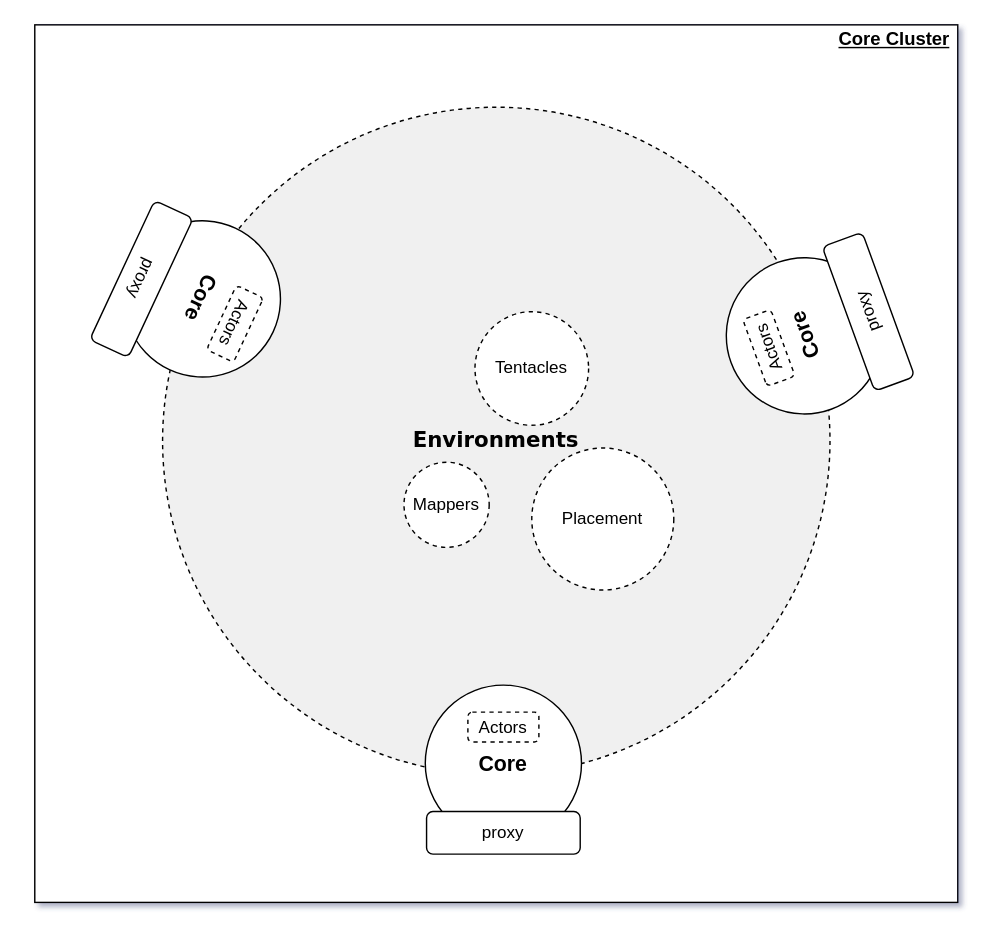
This is docs/drawio/core-architecture_.drawio from tkeel-io/core, a draw.io file, before an edit. Source tidied: cells renumbered, new cells numbered last; positions are measured from the earlier drawing's top-left corner, leaving out a move shared by most shapes. Both pictures are drawn from the tidied source at 142%, with x=0, y=0 at pixel (34, 24).
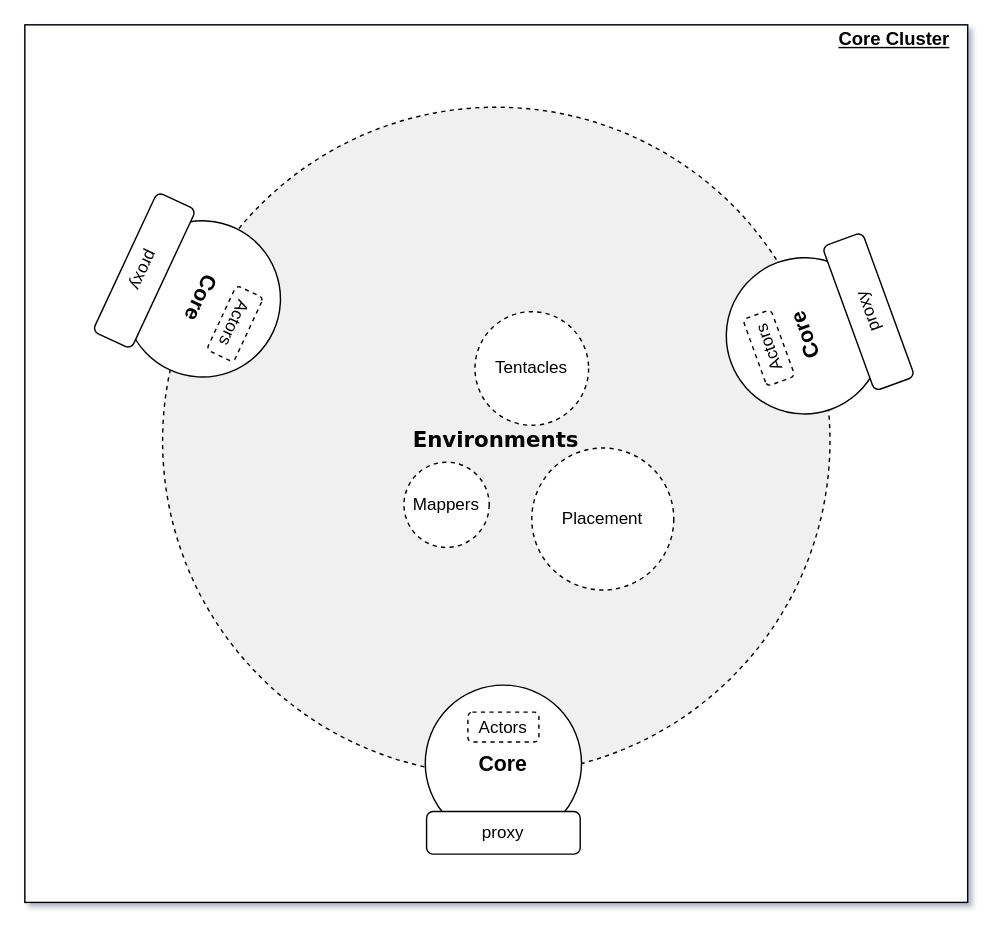
Above is the later version.

What changed in the source:
```diff
@@
 <mxGraphModel background="#ffffff" shadow="1">
   <root>
     <mxCell id="0" />
     <mxCell id="1" parent="0" />
     <mxCell id="2" style="rounded=0;whiteSpace=wrap;html=1;strokeColor=#000000;fillColor=#FFFFFF;" parent="1" vertex="1">
-      <mxGeometry width="650" height="618" as="geometry" />
+      <mxGeometry x="-7" width="664" height="618" as="geometry" />
     </mxCell>
     <mxCell id="3" value="&lt;pre&gt;&lt;b&gt;&lt;font style=&quot;font-size: 15px&quot; color=&quot;#000000&quot; face=&quot;Verdana&quot;&gt;Environments&lt;/font&gt;&lt;/b&gt;&lt;/pre&gt;" style="ellipse;whiteSpace=wrap;html=1;fillColor=#F0F0F0;strokeColor=#000000;dashed=1;" parent="1" vertex="1">
       <mxGeometry x="90" y="58" width="470" height="470" as="geometry" />
     </mxCell>
     <mxCell id="4" value="&lt;font color=&quot;#000000&quot;&gt;Tentacles&lt;/font&gt;" style="ellipse;whiteSpace=wrap;html=1;dashed=1;strokeColor=#000000;fillColor=#FFFFFF;" parent="1" vertex="1">
       <mxGeometry x="310" y="202" width="80" height="80" as="geometry" />
     </mxCell>
     <mxCell id="5" value="&lt;font color=&quot;#000000&quot;&gt;Mappers&lt;/font&gt;" style="ellipse;whiteSpace=wrap;html=1;dashed=1;strokeColor=#000000;fillColor=#FFFFFF;" parent="1" vertex="1">
       <mxGeometry x="260" y="308" width="60" height="60" as="geometry" />
     </mxCell>
     <mxCell id="6" value="&lt;font color=&quot;#000000&quot;&gt;Placement&lt;/font&gt;" style="ellipse;whiteSpace=wrap;html=1;dashed=1;strokeColor=#000000;fillColor=#FFFFFF;" parent="1" vertex="1">
       <mxGeometry x="350" y="298" width="100" height="100" as="geometry" />
     </mxCell>
     <mxCell id="7" value="&lt;font color=&quot;#000000&quot; size=&quot;1&quot;&gt;&lt;b style=&quot;font-size: 13px&quot;&gt;&lt;u&gt;Core Cluster&lt;/u&gt;&lt;/b&gt;&lt;/font&gt;" style="text;html=1;align=center;verticalAlign=middle;strokeColor=none;" parent="1" vertex="1">
       <mxGeometry x="560" width="90" height="20" as="geometry" />
     </mxCell>
     <mxCell id="8" style="group;" parent="1" vertex="1">
       <mxGeometry x="275" y="465" width="110" height="119" as="geometry" />
     </mxCell>
     <mxCell id="9" value="&lt;font color=&quot;#000000&quot; size=&quot;1&quot;&gt;&lt;b style=&quot;font-size: 15px&quot;&gt;Core&lt;/b&gt;&lt;/font&gt;" style="ellipse;whiteSpace=wrap;html=1;strokeColor=#000000;fillColor=#FFFFFF;" parent="8" vertex="1">
       <mxGeometry width="110" height="110" as="geometry" />
     </mxCell>
     <mxCell id="10" value="&lt;span style=&quot;color: rgb(0 , 0 , 0) ; background-color: rgb(255 , 255 , 255)&quot;&gt;proxy&lt;/span&gt;" style="rounded=1;whiteSpace=wrap;html=1;strokeColor=#000000;fillColor=#FFFFFF;" parent="8" vertex="1">
       <mxGeometry x="0.9" y="89" width="108.2" height="30" as="geometry" />
     </mxCell>
     <mxCell id="11" value="&lt;font color=&quot;#000000&quot;&gt;Actors&lt;/font&gt;" style="rounded=1;whiteSpace=wrap;html=1;strokeColor=#000000;fillColor=#FFFFFF;dashed=1;" parent="8" vertex="1">
       <mxGeometry x="30" y="19" width="50" height="21" as="geometry" />
     </mxCell>
     <mxCell id="12" style="group;rotation=-110;" parent="1" vertex="1">
       <mxGeometry x="490" y="158" width="110" height="119" as="geometry" />
     </mxCell>
     <mxCell id="13" value="&lt;font color=&quot;#000000&quot; size=&quot;1&quot;&gt;&lt;b style=&quot;font-size: 15px&quot;&gt;Core&lt;/b&gt;&lt;/font&gt;" style="ellipse;whiteSpace=wrap;html=1;strokeColor=#000000;fillColor=#FFFFFF;rotation=-110;" parent="12" vertex="1">
       <mxGeometry x="-3" y="6" width="110" height="110" as="geometry" />
     </mxCell>
     <mxCell id="14" value="&lt;span style=&quot;color: rgb(0 , 0 , 0) ; background-color: rgb(255 , 255 , 255)&quot;&gt;proxy&lt;/span&gt;" style="rounded=1;whiteSpace=wrap;html=1;strokeColor=#000000;fillColor=#FFFFFF;rotation=-110;" parent="12" vertex="1">
       <mxGeometry x="43" y="29" width="108.2" height="30" as="geometry" />
     </mxCell>
     <mxCell id="15" value="&lt;font color=&quot;#000000&quot;&gt;Actors&lt;/font&gt;" style="rounded=1;whiteSpace=wrap;html=1;strokeColor=#000000;fillColor=#FFFFFF;dashed=1;rotation=-110;" parent="12" vertex="1">
       <mxGeometry x="2" y="59" width="50" height="21" as="geometry" />
     </mxCell>
-    <mxCell id="16" style="group;rotation=115;" parent="1" vertex="1">
-      <mxGeometry x="60" y="138" width="110" height="119" as="geometry" />
-    </mxCell>
-    <mxCell id="17" value="&lt;font color=&quot;#000000&quot; size=&quot;1&quot;&gt;&lt;b style=&quot;font-size: 15px&quot;&gt;Core&lt;/b&gt;&lt;/font&gt;" style="ellipse;whiteSpace=wrap;html=1;strokeColor=#000000;fillColor=#FFFFFF;rotation=115;" parent="16" vertex="1">
-      <mxGeometry x="3" width="110" height="110" as="geometry" />
+    <mxCell id="17" value="&lt;font color=&quot;#000000&quot; size=&quot;1&quot;&gt;&lt;b style=&quot;font-size: 15px&quot;&gt;Core&lt;/b&gt;&lt;/font&gt;" style="ellipse;whiteSpace=wrap;html=1;strokeColor=#000000;fillColor=#FFFFFF;rotation=115;" parent="1" vertex="1">
+      <mxGeometry x="63" y="138" width="110" height="110" as="geometry" />
     </mxCell>
+    <mxCell id="20" style="group;" parent="1" vertex="1">
+      <mxGeometry x="40.7" y="117.6" width="120.4" height="120" as="geometry" />
+    </mxCell>
-    <mxCell id="18" value="&lt;span style=&quot;color: rgb(0 , 0 , 0) ; background-color: rgb(255 , 255 , 255)&quot;&gt;proxy&lt;/span&gt;" style="rounded=1;whiteSpace=wrap;html=1;strokeColor=#000000;fillColor=#FFFFFF;rotation=115;" parent="16" vertex="1">
-      <mxGeometry x="-39" y="26" width="108.2" height="30" as="geometry" />
+    <mxCell id="18" value="&lt;span style=&quot;color: rgb(0 , 0 , 0) ; background-color: rgb(255 , 255 , 255)&quot;&gt;proxy&lt;/span&gt;" style="rounded=1;whiteSpace=wrap;html=1;strokeColor=#000000;fillColor=#FFFFFF;rotation=115;" parent="20" vertex="1">
+      <mxGeometry x="-17.7" y="40.4" width="108.2" height="30" as="geometry" />
     </mxCell>
-    <mxCell id="19" value="&lt;font color=&quot;#000000&quot;&gt;Actors&lt;/font&gt;" style="rounded=1;whiteSpace=wrap;html=1;strokeColor=#000000;fillColor=#FFFFFF;dashed=1;rotation=115;" parent="16" vertex="1">
-      <mxGeometry x="56" y="62" width="50" height="21" as="geometry" />
+    <mxCell id="19" value="&lt;font color=&quot;#000000&quot;&gt;Actors&lt;/font&gt;" style="rounded=1;whiteSpace=wrap;html=1;strokeColor=#000000;fillColor=#FFFFFF;dashed=1;rotation=115;" parent="20" vertex="1">
+      <mxGeometry x="75.3" y="82.4" width="50" height="21" as="geometry" />
     </mxCell>
   </root>
 </mxGraphModel>
```
